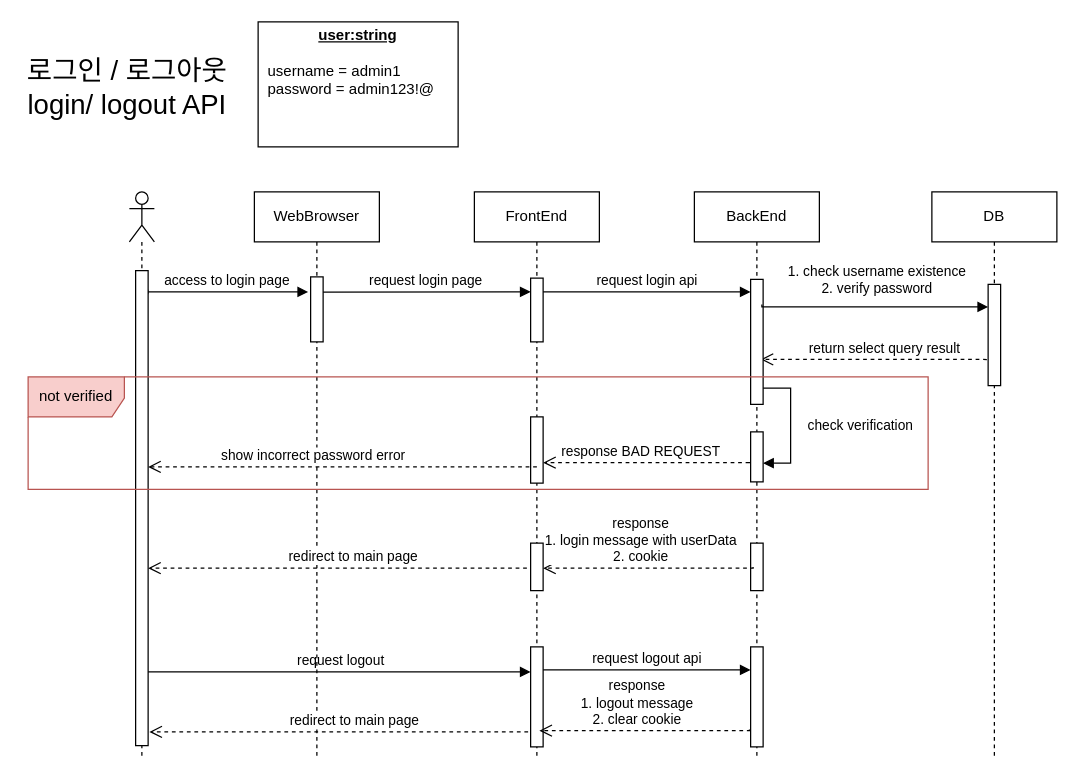
This is diagrams/auth.drawio from sh5080/starRoad, a draw.io file, before an edit. Source tidied: cells renumbered, new cells numbered last; positions are measured from the earlier drawing's top-left corner, leaving out a move shared by most shapes. Both pictures are drawn from the tidied source at 125%, with x=0, y=0 at pixel (21, 21).
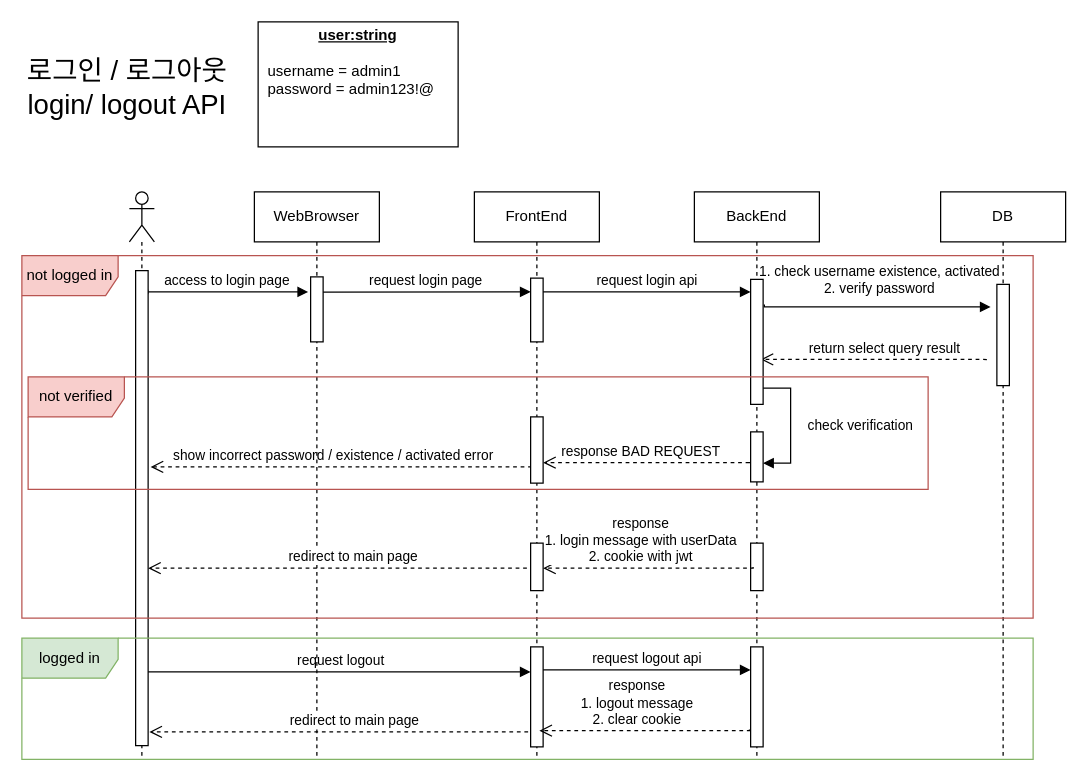
The same diagram, later.

Commit message (it also covers changes not shown here):
Fix: 실제 반환되는 값 확인 후 수정

Unchanged cells that the change refers to:
```xml
<mxCell id="14" style="html=1;points=[];perimeter=orthogonalPerimeter;outlineConnect=0;targetShapes=umlLifeline;portConstraint=eastwest;newEdgeStyle={&quot;edgeStyle&quot;:&quot;elbowEdgeStyle&quot;,&quot;elbow&quot;:&quot;vertical&quot;,&quot;curved&quot;:0,&quot;rounded&quot;:0};" parent="13" vertex="1">
  <mxGeometry x="5" y="63" width="10" height="380" as="geometry" />
</mxCell>
```

Diff of the diagram source:
```diff
@@
+    <mxCell id="24" value="show incorrect password / existence / activated error" style="html=1;verticalAlign=bottom;endArrow=open;dashed=1;endSize=8;edgeStyle=elbowEdgeStyle;elbow=vertical;curved=0;rounded=0;" parent="1" edge="1">
+      <mxGeometry x="0.06" relative="1" as="geometry">
+        <mxPoint x="414" y="356" as="sourcePoint" />
+        <mxPoint x="103" y="356" as="targetPoint" />
+        <Array as="points">
+          <mxPoint x="337" y="356" />
+          <mxPoint x="417.9" y="459.6" />
+        </Array>
+      </mxGeometry>
+    </mxCell>
+    <mxCell id="21" value="1. check username existence, activated&lt;br&gt;2. verify password" style="html=1;verticalAlign=bottom;endArrow=none;edgeStyle=elbowEdgeStyle;elbow=vertical;curved=0;rounded=0;startArrow=block;startFill=1;endFill=0;" parent="1" edge="1">
+      <mxGeometry x="-0.03" y="-6" relative="1" as="geometry">
+        <mxPoint x="775" y="228" as="sourcePoint" />
+        <mxPoint x="594" y="226" as="targetPoint" />
+        <Array as="points">
+          <mxPoint x="769" y="228" />
+          <mxPoint x="864" y="126" />
+        </Array>
+      </mxGeometry>
+    </mxCell>
@@
     <mxCell id="19" value="DB" style="shape=umlLifeline;perimeter=lifelinePerimeter;whiteSpace=wrap;html=1;newEdgeStyle={&quot;edgeStyle&quot;:&quot;elbowEdgeStyle&quot;,&quot;elbow&quot;:&quot;vertical&quot;,&quot;curved&quot;:0,&quot;rounded&quot;:0};" parent="1" vertex="1">
-      <mxGeometry x="728" y="136" width="100" height="454" as="geometry" />
+      <mxGeometry x="735" y="136" width="100" height="454" as="geometry" />
     </mxCell>
@@
-    <mxCell id="21" value="1. check username existence&lt;br&gt;2. verify password" style="html=1;verticalAlign=bottom;endArrow=none;edgeStyle=elbowEdgeStyle;elbow=vertical;curved=0;rounded=0;startArrow=block;startFill=1;endFill=0;" parent="1" edge="1">
-      <mxGeometry x="-0.03" y="-6" relative="1" as="geometry">
-        <mxPoint x="773" y="228" as="sourcePoint" />
-        <mxPoint x="592" y="226" as="targetPoint" />
-        <Array as="points">
-          <mxPoint x="767" y="228" />
-          <mxPoint x="862" y="126" />
-        </Array>
-      </mxGeometry>
-    </mxCell>
@@
-    <mxCell id="24" value="show incorrect password&amp;nbsp;error" style="html=1;verticalAlign=bottom;endArrow=open;dashed=1;endSize=8;edgeStyle=elbowEdgeStyle;elbow=vertical;curved=0;rounded=0;" parent="1" edge="1" target="14">
-      <mxGeometry x="0.15" relative="1" as="geometry">
-        <mxPoint x="412" y="356" as="sourcePoint" />
-        <Array as="points">
-          <mxPoint x="335" y="356" />
-          <mxPoint x="415.9" y="459.6" />
-        </Array>
-      </mxGeometry>
-    </mxCell>
@@
-    <mxCell id="29" value="response &lt;br&gt;1. login message with userData&lt;br&gt;2. cookie" style="html=1;verticalAlign=bottom;endArrow=open;dashed=1;endSize=8;edgeStyle=elbowEdgeStyle;elbow=vertical;curved=0;rounded=0;" parent="1" edge="1">
+    <mxCell id="29" value="response &lt;br&gt;1. login message with userData&lt;br&gt;2. cookie with jwt" style="html=1;verticalAlign=bottom;endArrow=open;dashed=1;endSize=8;edgeStyle=elbowEdgeStyle;elbow=vertical;curved=0;rounded=0;" parent="1" edge="1">
       <mxGeometry x="0.08" relative="1" as="geometry">
         <mxPoint x="585" y="436" as="sourcePoint" />
         <mxPoint x="417" y="437" as="targetPoint" />
       </mxGeometry>
     </mxCell>
@@
+    <mxCell id="35" value="not logged in" style="shape=umlFrame;whiteSpace=wrap;html=1;fillColor=#f8cecc;strokeColor=#b85450;width=77;height=32;" parent="1" vertex="1">
+      <mxGeometry y="187" width="809" height="290" as="geometry" />
+    </mxCell>
+    <mxCell id="36" value="logged in" style="shape=umlFrame;whiteSpace=wrap;html=1;fillColor=#D5E8D4;strokeColor=#82b366;width=77;height=32;" parent="1" vertex="1">
+      <mxGeometry y="493" width="809" height="97" as="geometry" />
+    </mxCell>
```
